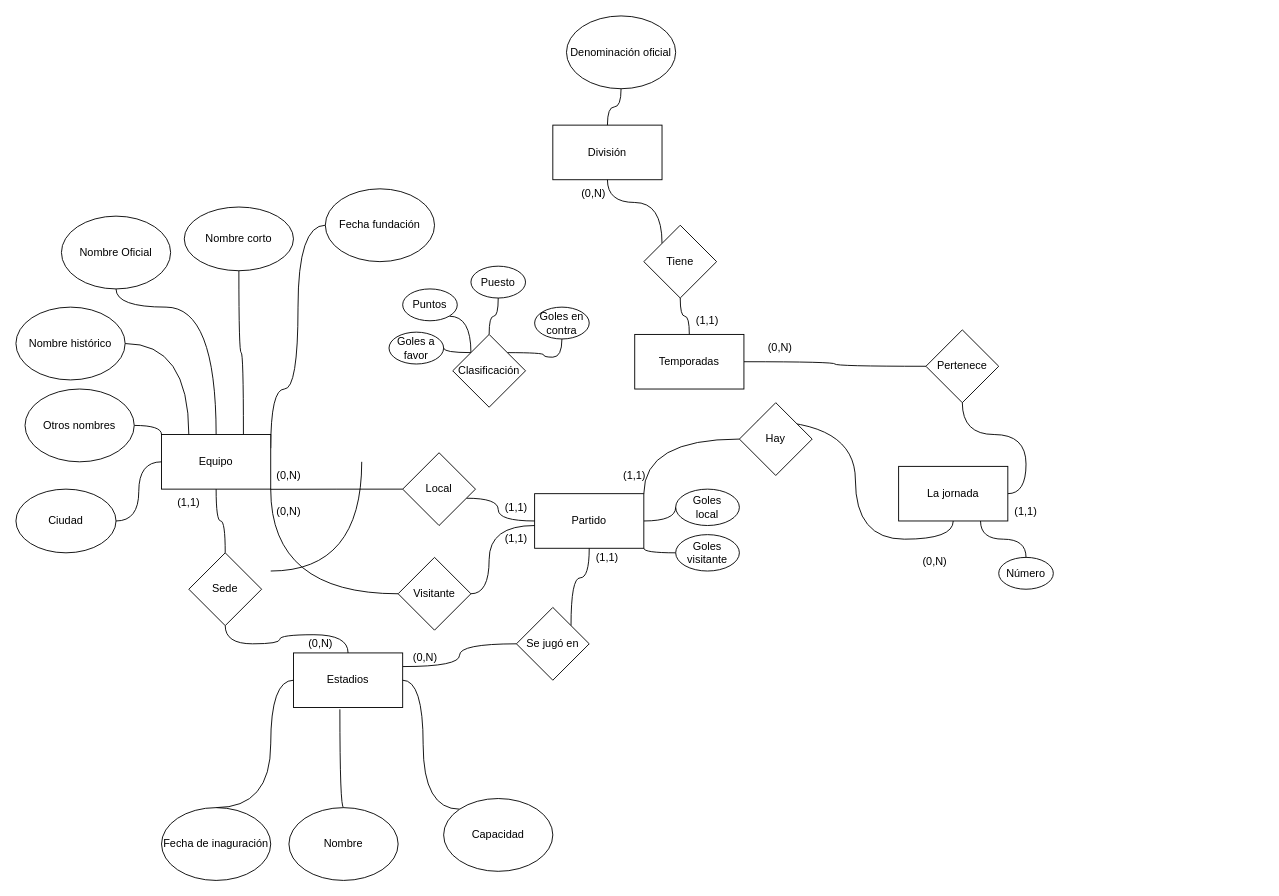
This is draws/LigaFutbol.drawio from Practicass/Practica1_LigaFutbol, a draw.io file, before an edit. Source tidied: cells renumbered, new cells numbered last; positions are measured from the earlier drawing's top-left corner, leaving out a move shared by most shapes. Both pictures are drawn from the tidied source at 91%, with x=0, y=0 at pixel (15, 15).
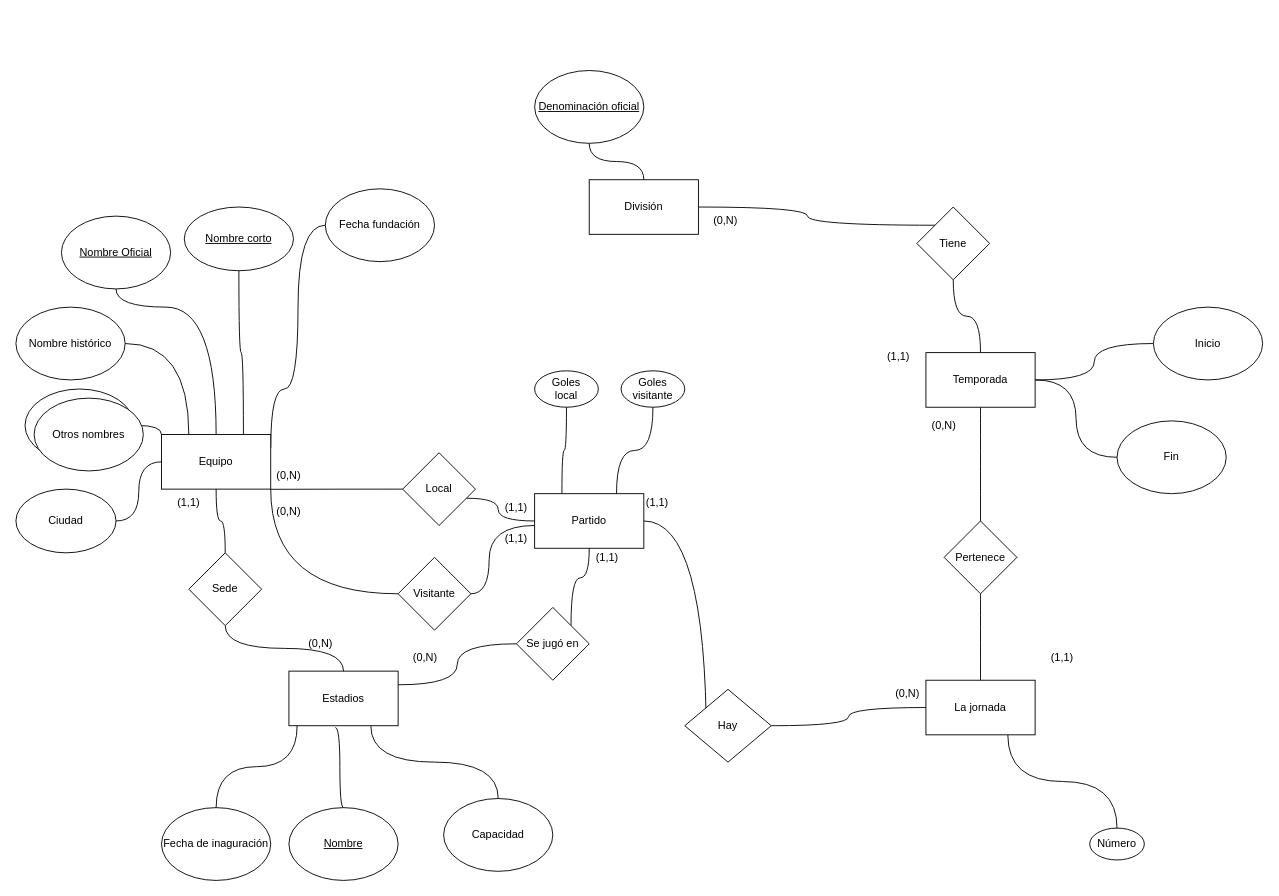
Above is the later version.

The change refers to these unchanged cells:
```xml
<mxCell id="3" value="Equipo" style="rounded=0;whiteSpace=wrap;html=1;" parent="1" vertex="1">
  <mxGeometry x="160" y="460" width="120" height="60" as="geometry" />
</mxCell>
<mxCell id="18" value="Ciudad" style="ellipse;whiteSpace=wrap;html=1;" parent="1" vertex="1">
  <mxGeometry y="520" width="110" height="70" as="geometry" />
</mxCell>
<mxCell id="23" value="Fecha de inaguración" style="ellipse;whiteSpace=wrap;html=1;" parent="1" vertex="1">
  <mxGeometry x="160" y="870" width="120" height="80" as="geometry" />
</mxCell>
<mxCell id="25" value="Capacidad" style="ellipse;whiteSpace=wrap;html=1;" parent="1" vertex="1">
  <mxGeometry x="470" y="860" width="120" height="80" as="geometry" />
</mxCell>
<mxCell id="41" value="Partido" style="rounded=0;whiteSpace=wrap;html=1;" parent="1" vertex="1">
  <mxGeometry x="570" y="525" width="120" height="60" as="geometry" />
</mxCell>
```

Diff of the diagram source:
```diff
@@
+    <mxCell id="79" style="edgeStyle=orthogonalEdgeStyle;curved=1;rounded=0;jettySize=auto;html=1;exitX=0.75;exitY=1;exitDx=0;exitDy=0;strokeWidth=1;endArrow=none;endFill=0;" parent="1" edge="1" source="5" target="25">
+      <mxGeometry relative="1" as="geometry" />
+    </mxCell>
     <mxCell id="5" value="Estadios" style="rounded=0;whiteSpace=wrap;html=1;" parent="1" vertex="1">
-      <mxGeometry x="305" y="700" width="120" height="60" as="geometry" />
+      <mxGeometry x="300" y="720" width="120" height="60" as="geometry" />
     </mxCell>
@@
-    <mxCell id="7" style="edgeStyle=orthogonalEdgeStyle;curved=1;rounded=0;jettySize=auto;html=1;exitX=1;exitY=0.5;exitDx=0;exitDy=0;entryX=0;entryY=0.5;entryDx=0;entryDy=0;strokeWidth=1;endArrow=none;endFill=0;" parent="1" edge="1" source="8" target="31">
+    <mxCell id="7" style="rounded=0;jettySize=auto;html=1;exitX=0.5;exitY=1;exitDx=0;exitDy=0;entryX=0.5;entryY=0;entryDx=0;entryDy=0;strokeWidth=1;endArrow=none;endFill=0;edgeStyle=orthogonalEdgeStyle;curved=1;" parent="1" edge="1" source="8" target="31">
       <mxGeometry relative="1" as="geometry" />
     </mxCell>
+    <mxCell id="80" style="edgeStyle=orthogonalEdgeStyle;curved=1;rounded=0;jettySize=auto;html=1;exitX=1;exitY=0.5;exitDx=0;exitDy=0;strokeWidth=1;endArrow=none;endFill=0;" parent="1" edge="1" source="8" target="88">
+      <mxGeometry relative="1" as="geometry" />
+    </mxCell>
+    <mxCell id="81" style="edgeStyle=orthogonalEdgeStyle;curved=1;rounded=0;jettySize=auto;html=1;exitX=1;exitY=0.5;exitDx=0;exitDy=0;entryX=0;entryY=0.5;entryDx=0;entryDy=0;strokeWidth=1;endArrow=none;endFill=0;" parent="1" edge="1" source="8" target="89">
+      <mxGeometry relative="1" as="geometry" />
+    </mxCell>
-    <mxCell id="8" value="Temporadas" style="rounded=0;whiteSpace=wrap;html=1;" parent="1" vertex="1">
-      <mxGeometry x="680" y="350" width="120" height="60" as="geometry" />
+    <mxCell id="8" value="Temporada" style="rounded=0;whiteSpace=wrap;html=1;" parent="1" vertex="1">
+      <mxGeometry x="1000" y="370" width="120" height="60" as="geometry" />
     </mxCell>
@@
-    <mxCell id="10" value="Nombre Oficial" style="ellipse;whiteSpace=wrap;html=1;" parent="1" vertex="1">
+    <mxCell id="10" value="Nombre Oficial" style="ellipse;whiteSpace=wrap;html=1;fontStyle=4;" parent="1" vertex="1">
       <mxGeometry x="50" y="220" width="120" height="80" as="geometry" />
     </mxCell>
@@
-    <mxCell id="12" value="Nombre corto" style="ellipse;whiteSpace=wrap;html=1;" parent="1" vertex="1">
+    <mxCell id="12" value="&lt;u&gt;Nombre corto&lt;/u&gt;" style="ellipse;whiteSpace=wrap;html=1;" parent="1" vertex="1">
       <mxGeometry x="185" y="210" width="120" height="70" as="geometry" />
     </mxCell>
@@
+    <mxCell id="17" style="edgeStyle=orthogonalEdgeStyle;curved=1;rounded=0;jettySize=auto;html=1;entryX=0;entryY=0.5;entryDx=0;entryDy=0;strokeWidth=1;endArrow=none;endFill=0;" parent="1" edge="1" source="18" target="3">
+      <mxGeometry relative="1" as="geometry" />
+    </mxCell>
-    <mxCell id="16" value="Otros nombres" style="ellipse;whiteSpace=wrap;html=1;" parent="1" vertex="1">
+    <mxCell id="16" style="ellipse;whiteSpace=wrap;html=1;perimeterSpacing=3;" parent="1" vertex="1">
       <mxGeometry x="10" y="410" width="120" height="80" as="geometry" />
     </mxCell>
-    <mxCell id="17" style="edgeStyle=orthogonalEdgeStyle;curved=1;rounded=0;jettySize=auto;html=1;entryX=0;entryY=0.5;entryDx=0;entryDy=0;strokeWidth=1;endArrow=none;endFill=0;" parent="1" edge="1" source="18" target="3">
-      <mxGeometry relative="1" as="geometry" />
-    </mxCell>
@@
-    <mxCell id="21" value="Nombre" style="ellipse;whiteSpace=wrap;html=1;" parent="1" vertex="1">
+    <mxCell id="21" value="Nombre" style="ellipse;whiteSpace=wrap;html=1;fontStyle=4;" parent="1" vertex="1">
       <mxGeometry x="300" y="870" width="120" height="80" as="geometry" />
     </mxCell>
-    <mxCell id="22" style="edgeStyle=orthogonalEdgeStyle;curved=1;rounded=0;jettySize=auto;html=1;exitX=0.5;exitY=0;exitDx=0;exitDy=0;entryX=0;entryY=0.5;entryDx=0;entryDy=0;strokeWidth=1;endArrow=none;endFill=0;" parent="1" edge="1" source="23" target="5">
-      <mxGeometry relative="1" as="geometry">
-        <Array as="points">
-          <mxPoint x="280" y="870" />
-          <mxPoint x="280" y="730" />
-        </Array>
-      </mxGeometry>
+    <mxCell id="22" style="edgeStyle=orthogonalEdgeStyle;curved=1;rounded=0;jettySize=auto;html=1;exitX=0.5;exitY=0;exitDx=0;exitDy=0;entryX=0.075;entryY=1;entryDx=0;entryDy=0;entryPerimeter=0;strokeWidth=1;endArrow=none;endFill=0;" parent="1" edge="1" source="23" target="5">
+      <mxGeometry relative="1" as="geometry" />
     </mxCell>
@@
-    <mxCell id="24" style="edgeStyle=orthogonalEdgeStyle;curved=1;rounded=0;jettySize=auto;html=1;exitX=0;exitY=0;exitDx=0;exitDy=0;entryX=1;entryY=0.5;entryDx=0;entryDy=0;strokeWidth=1;endArrow=none;endFill=0;" parent="1" edge="1" source="25" target="5">
-      <mxGeometry relative="1" as="geometry" />
-    </mxCell>
@@
+    <mxCell id="82" style="edgeStyle=orthogonalEdgeStyle;curved=1;rounded=0;jettySize=auto;html=1;entryX=0.5;entryY=0;entryDx=0;entryDy=0;strokeWidth=1;endArrow=none;endFill=0;" parent="1" edge="1" source="31" target="64">
+      <mxGeometry relative="1" as="geometry" />
+    </mxCell>
     <mxCell id="31" value="Pertenece" style="rhombus;whiteSpace=wrap;html=1;" parent="1" vertex="1">
-      <mxGeometry x="1000" y="345" width="80" height="80" as="geometry" />
+      <mxGeometry x="1020" y="555" width="80" height="80" as="geometry" />
     </mxCell>
     <mxCell id="32" value="(1,1)" style="text;html=1;strokeColor=none;fillColor=none;align=center;verticalAlign=middle;whiteSpace=wrap;rounded=0;" parent="1" vertex="1">
-      <mxGeometry x="1080" y="530" width="60" height="30" as="geometry" />
+      <mxGeometry x="1120" y="690" width="60" height="30" as="geometry" />
     </mxCell>
     <mxCell id="33" value="(0,N)" style="text;html=1;strokeColor=none;fillColor=none;align=center;verticalAlign=middle;whiteSpace=wrap;rounded=0;" parent="1" vertex="1">
-      <mxGeometry x="810" y="350" width="60" height="30" as="geometry" />
+      <mxGeometry x="990" y="435" width="60" height="30" as="geometry" />
     </mxCell>
+    <mxCell id="83" style="edgeStyle=orthogonalEdgeStyle;curved=1;rounded=0;jettySize=auto;html=1;exitX=1;exitY=0.5;exitDx=0;exitDy=0;entryX=0;entryY=0;entryDx=0;entryDy=0;strokeWidth=1;endArrow=none;endFill=0;" parent="1" edge="1" source="34" target="58">
+      <mxGeometry relative="1" as="geometry" />
+    </mxCell>
     <mxCell id="34" value="División" style="rounded=0;whiteSpace=wrap;html=1;" parent="1" vertex="1">
-      <mxGeometry x="590" y="120" width="120" height="60" as="geometry" />
+      <mxGeometry x="630" y="180" width="120" height="60" as="geometry" />
     </mxCell>
     <mxCell id="35" value="Número" style="ellipse;whiteSpace=wrap;html=1;" parent="1" vertex="1">
-      <mxGeometry x="1080" y="595" width="60" height="35" as="geometry" />
+      <mxGeometry x="1180" y="892.5" width="60" height="35" as="geometry" />
     </mxCell>
     <mxCell id="36" value="Goles&lt;br&gt;local" style="ellipse;whiteSpace=wrap;html=1;" parent="1" vertex="1">
-      <mxGeometry x="725" y="520" width="70" height="40" as="geometry" />
+      <mxGeometry x="570" y="390" width="70" height="40" as="geometry" />
     </mxCell>
-    <mxCell id="37" style="edgeStyle=orthogonalEdgeStyle;curved=1;rounded=0;jettySize=auto;html=1;exitX=0;exitY=0.5;exitDx=0;exitDy=0;entryX=1;entryY=1;entryDx=0;entryDy=0;strokeWidth=1;endArrow=none;endFill=0;" parent="1" edge="1" source="38" target="41">
-      <mxGeometry relative="1" as="geometry" />
-    </mxCell>
     <mxCell id="38" value="Goles&lt;br&gt;visitante" style="ellipse;whiteSpace=wrap;html=1;" parent="1" vertex="1">
-      <mxGeometry x="725" y="570" width="70" height="40" as="geometry" />
+      <mxGeometry x="665" y="390" width="70" height="40" as="geometry" />
     </mxCell>
+    <mxCell id="40" style="edgeStyle=orthogonalEdgeStyle;curved=1;rounded=0;jettySize=auto;html=1;exitX=1;exitY=0.5;exitDx=0;exitDy=0;entryX=0;entryY=1;entryDx=0;entryDy=0;strokeWidth=1;endArrow=none;endFill=0;" parent="1" edge="1" source="41" target="65">
+      <mxGeometry relative="1" as="geometry" />
+    </mxCell>
-    <mxCell id="39" style="edgeStyle=orthogonalEdgeStyle;curved=1;rounded=0;jettySize=auto;html=1;exitX=1;exitY=0.5;exitDx=0;exitDy=0;entryX=0;entryY=0.5;entryDx=0;entryDy=0;strokeWidth=1;endArrow=none;endFill=0;" parent="1" edge="1" source="41" target="36">
+    <mxCell id="39" style="edgeStyle=orthogonalEdgeStyle;curved=1;rounded=0;jettySize=auto;html=1;exitX=0.25;exitY=0;exitDx=0;exitDy=0;entryX=0.5;entryY=1;entryDx=0;entryDy=0;strokeWidth=1;endArrow=none;endFill=0;" parent="1" edge="1" source="41" target="36">
       <mxGeometry relative="1" as="geometry" />
     </mxCell>
-    <mxCell id="40" style="edgeStyle=orthogonalEdgeStyle;curved=1;rounded=0;jettySize=auto;html=1;exitX=1;exitY=0;exitDx=0;exitDy=0;entryX=0;entryY=0.5;entryDx=0;entryDy=0;strokeWidth=1;endArrow=none;endFill=0;" parent="1" edge="1" source="41" target="65">
-      <mxGeometry relative="1" as="geometry" />
-    </mxCell>
+    <mxCell id="84" style="edgeStyle=orthogonalEdgeStyle;curved=1;rounded=0;jettySize=auto;html=1;exitX=0.75;exitY=0;exitDx=0;exitDy=0;entryX=0.5;entryY=1;entryDx=0;entryDy=0;strokeWidth=1;endArrow=none;endFill=0;" parent="1" edge="1" source="41" target="38">
+      <mxGeometry relative="1" as="geometry" />
+    </mxCell>
@@
-    <mxCell id="48" style="endArrow=none;html=1;rounded=0;strokeWidth=1;curved=1;" parent="1" edge="1">
-      <mxGeometry relative="1" as="geometry">
-        <mxPoint x="280" y="610" as="sourcePoint" />
-        <mxPoint x="380" y="490" as="targetPoint" />
-        <Array as="points">
-          <mxPoint x="380" y="610" />
-        </Array>
-      </mxGeometry>
-    </mxCell>
@@
-    <mxCell id="57" style="edgeStyle=orthogonalEdgeStyle;curved=1;rounded=0;jettySize=auto;html=1;exitX=0;exitY=0;exitDx=0;exitDy=0;entryX=0.5;entryY=1;entryDx=0;entryDy=0;strokeWidth=1;endArrow=none;endFill=0;" parent="1" edge="1" source="58" target="34">
-      <mxGeometry relative="1" as="geometry" />
-    </mxCell>
     <mxCell id="58" value="Tiene" style="rhombus;whiteSpace=wrap;html=1;" parent="1" vertex="1">
-      <mxGeometry x="690" y="230" width="80" height="80" as="geometry" />
+      <mxGeometry x="990" y="210" width="80" height="80" as="geometry" />
     </mxCell>
@@
-    <mxCell id="60" value="Denominación oficial" style="ellipse;whiteSpace=wrap;html=1;" parent="1" vertex="1">
-      <mxGeometry x="605" width="120" height="80" as="geometry" />
+    <mxCell id="60" value="Denominación oficial" style="ellipse;whiteSpace=wrap;html=1;fontStyle=4;" parent="1" vertex="1">
+      <mxGeometry x="570" y="60" width="120" height="80" as="geometry" />
     </mxCell>
-    <mxCell id="61" style="edgeStyle=orthogonalEdgeStyle;curved=1;rounded=0;jettySize=auto;html=1;exitX=1;exitY=0.5;exitDx=0;exitDy=0;strokeWidth=1;endArrow=none;endFill=0;" parent="1" edge="1" source="64" target="31">
-      <mxGeometry relative="1" as="geometry" />
-    </mxCell>
-    <mxCell id="62" style="edgeStyle=orthogonalEdgeStyle;curved=1;rounded=0;jettySize=auto;html=1;exitX=0.5;exitY=1;exitDx=0;exitDy=0;entryX=0;entryY=0;entryDx=0;entryDy=0;strokeWidth=1;endArrow=none;endFill=0;" parent="1" edge="1" source="64" target="65">
-      <mxGeometry relative="1" as="geometry" />
-    </mxCell>
@@
     <mxCell id="64" value="La jornada" style="rounded=0;whiteSpace=wrap;html=1;" parent="1" vertex="1">
-      <mxGeometry x="970" y="495" width="120" height="60" as="geometry" />
+      <mxGeometry x="1000" y="730" width="120" height="60" as="geometry" />
     </mxCell>
+    <mxCell id="85" style="edgeStyle=orthogonalEdgeStyle;curved=1;rounded=0;jettySize=auto;html=1;entryX=0;entryY=0.5;entryDx=0;entryDy=0;strokeWidth=1;endArrow=none;endFill=0;" parent="1" edge="1" source="65" target="64">
+      <mxGeometry relative="1" as="geometry" />
+    </mxCell>
     <mxCell id="65" value="Hay" style="rhombus;whiteSpace=wrap;html=1;" parent="1" vertex="1">
-      <mxGeometry x="795" y="425" width="80" height="80" as="geometry" />
+      <mxGeometry x="735" y="740" width="95" height="80" as="geometry" />
     </mxCell>
     <mxCell id="66" value="(1,1)" style="text;html=1;strokeColor=none;fillColor=none;align=center;verticalAlign=middle;whiteSpace=wrap;rounded=0;" parent="1" vertex="1">
-      <mxGeometry x="650" y="490" width="60" height="30" as="geometry" />
+      <mxGeometry x="675" y="520" width="60" height="30" as="geometry" />
     </mxCell>
     <mxCell id="67" value="(0,N)" style="text;html=1;strokeColor=none;fillColor=none;align=center;verticalAlign=middle;whiteSpace=wrap;rounded=0;" parent="1" vertex="1">
-      <mxGeometry x="980" y="585" width="60" height="30" as="geometry" />
+      <mxGeometry x="950" y="730" width="60" height="30" as="geometry" />
     </mxCell>
     <mxCell id="68" value="(0,N)" style="text;html=1;strokeColor=none;fillColor=none;align=center;verticalAlign=middle;whiteSpace=wrap;rounded=0;" parent="1" vertex="1">
-      <mxGeometry x="605" y="180" width="60" height="30" as="geometry" />
+      <mxGeometry x="750" y="210" width="60" height="30" as="geometry" />
     </mxCell>
     <mxCell id="69" value="(1,1)" style="text;html=1;strokeColor=none;fillColor=none;align=center;verticalAlign=middle;whiteSpace=wrap;rounded=0;" parent="1" vertex="1">
-      <mxGeometry x="730" y="320" width="60" height="30" as="geometry" />
+      <mxGeometry x="940" y="360" width="60" height="30" as="geometry" />
     </mxCell>
-    <mxCell id="70" style="edgeStyle=orthogonalEdgeStyle;curved=1;rounded=0;jettySize=auto;html=1;exitX=0;exitY=0;exitDx=0;exitDy=0;entryX=1;entryY=0.5;entryDx=0;entryDy=0;strokeWidth=1;endArrow=none;endFill=0;" parent="1" edge="1" source="74" target="77">
-      <mxGeometry relative="1" as="geometry" />
-    </mxCell>
-    <mxCell id="71" style="edgeStyle=orthogonalEdgeStyle;curved=1;rounded=0;jettySize=auto;html=1;exitX=1;exitY=0;exitDx=0;exitDy=0;entryX=0.5;entryY=1;entryDx=0;entryDy=0;strokeWidth=1;endArrow=none;endFill=0;" parent="1" edge="1" source="74" target="78">
-      <mxGeometry relative="1" as="geometry" />
-    </mxCell>
-    <mxCell id="72" style="edgeStyle=orthogonalEdgeStyle;curved=1;rounded=0;jettySize=auto;html=1;exitX=0.5;exitY=0;exitDx=0;exitDy=0;entryX=0.5;entryY=1;entryDx=0;entryDy=0;strokeWidth=1;endArrow=none;endFill=0;" parent="1" edge="1" source="74" target="76">
-      <mxGeometry relative="1" as="geometry" />
-    </mxCell>
-    <mxCell id="73" style="edgeStyle=orthogonalEdgeStyle;curved=1;rounded=0;jettySize=auto;html=1;exitX=0;exitY=0;exitDx=0;exitDy=0;entryX=1;entryY=1;entryDx=0;entryDy=0;strokeWidth=1;endArrow=none;endFill=0;" parent="1" edge="1" source="74" target="75">
-      <mxGeometry relative="1" as="geometry" />
-    </mxCell>
-    <mxCell id="74" value="Clasificación" style="rhombus;whiteSpace=wrap;html=1;" parent="1" vertex="1">
-      <mxGeometry x="480" y="350" width="80" height="80" as="geometry" />
-    </mxCell>
-    <mxCell id="75" value="Puntos" style="ellipse;whiteSpace=wrap;html=1;" parent="1" vertex="1">
-      <mxGeometry x="425" y="300" width="60" height="35" as="geometry" />
-    </mxCell>
-    <mxCell id="76" value="Puesto" style="ellipse;whiteSpace=wrap;html=1;" parent="1" vertex="1">
-      <mxGeometry x="500" y="275" width="60" height="35" as="geometry" />
-    </mxCell>
-    <mxCell id="77" value="Goles a favor" style="ellipse;whiteSpace=wrap;html=1;" parent="1" vertex="1">
-      <mxGeometry x="410" y="347.5" width="60" height="35" as="geometry" />
-    </mxCell>
-    <mxCell id="78" value="Goles en contra" style="ellipse;whiteSpace=wrap;html=1;" parent="1" vertex="1">
-      <mxGeometry x="570" y="320" width="60" height="35" as="geometry" />
-    </mxCell>
+    <mxCell id="86" value="Otros nombres" style="ellipse;whiteSpace=wrap;html=1;" parent="1" vertex="1">
+      <mxGeometry x="20" y="420" width="120" height="80" as="geometry" />
+    </mxCell>
+    <mxCell id="87" style="edgeStyle=orthogonalEdgeStyle;rounded=0;orthogonalLoop=1;jettySize=auto;html=1;exitX=0.5;exitY=1;exitDx=0;exitDy=0;" parent="1" edge="1" source="8" target="8">
+      <mxGeometry relative="1" as="geometry" />
+    </mxCell>
+    <mxCell id="88" value="Inicio" style="ellipse;whiteSpace=wrap;html=1;" parent="1" vertex="1">
+      <mxGeometry x="1250" y="320" width="120" height="80" as="geometry" />
+    </mxCell>
+    <mxCell id="89" value="Fin" style="ellipse;whiteSpace=wrap;html=1;" parent="1" vertex="1">
+      <mxGeometry x="1210" y="445" width="120" height="80" as="geometry" />
+    </mxCell>
```
